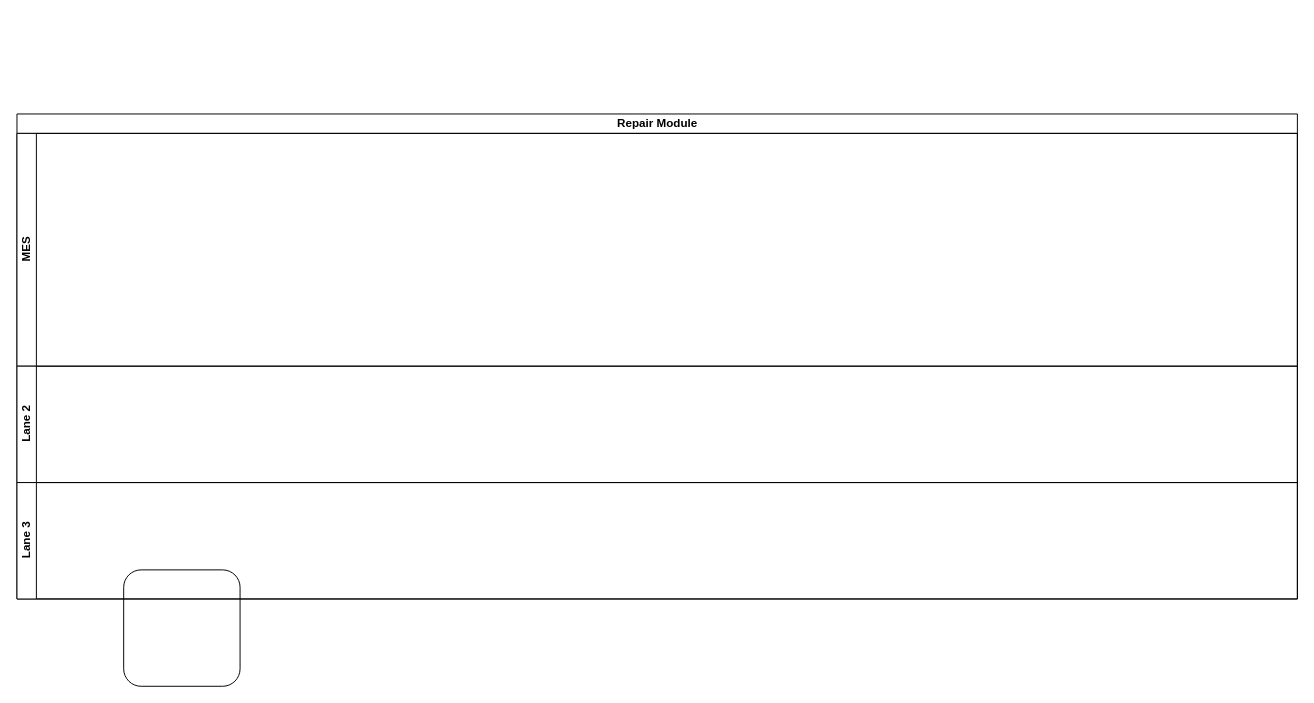
Earlier version of the draw.io diagram MES Flow/Repair Flow.drawio (vinceliao99/MyDiagrams). Source tidied: cells renumbered, new cells numbered last; positions are measured from the earlier drawing's top-left corner, leaving out a move shared by most shapes. Both pictures are drawn from the tidied source at 97%, with x=0, y=0 at pixel (16, 113).
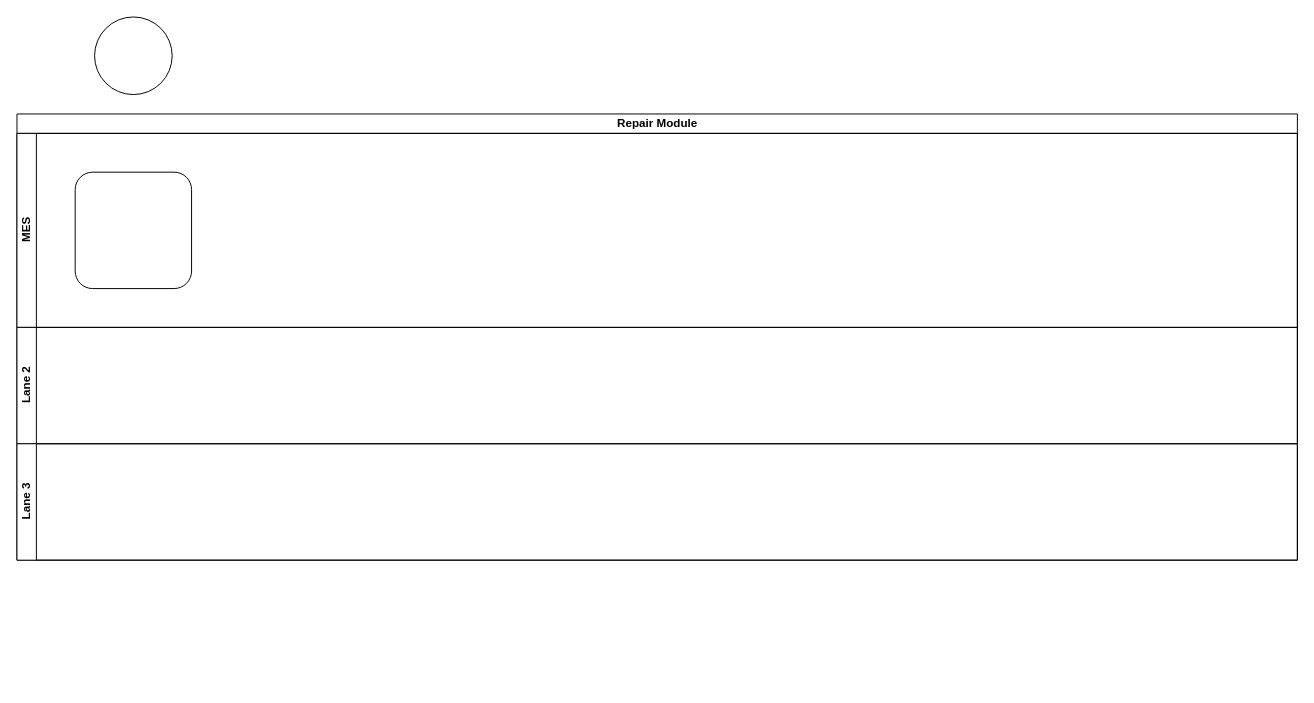
The same page after the edit.

The edit, as a diff of the source:
```diff
@@
 <mxGraphModel>
   <root>
     <mxCell id="0" />
     <mxCell id="1" parent="0" />
-    <mxCell id="2" style="rounded=1;whiteSpace=wrap;html=1;" parent="1" vertex="1">
-      <mxGeometry x="110" y="470" width="120" height="120" as="geometry" />
-    </mxCell>
     <mxCell id="3" value="Repair Module" style="swimlane;horizontal=1;startSize=20;html=1;" parent="1" vertex="1">
-      <mxGeometry width="1320" height="500" as="geometry" />
+      <mxGeometry width="1320" height="460" as="geometry" />
     </mxCell>
     <mxCell id="4" value="MES" style="swimlane;startSize=20;horizontal=0;html=1;" parent="3" vertex="1">
-      <mxGeometry y="20" width="1320" height="240" as="geometry" />
+      <mxGeometry y="20" width="1320" height="200" as="geometry" />
     </mxCell>
+    <mxCell id="2" style="rounded=1;whiteSpace=wrap;html=1;" parent="4" vertex="1">
+      <mxGeometry x="60" y="40" width="120" height="120" as="geometry" />
+    </mxCell>
     <mxCell id="5" value="Lane 2" style="swimlane;startSize=20;horizontal=0;html=1;" parent="3" vertex="1">
-      <mxGeometry y="260" width="1320" height="120" as="geometry" />
+      <mxGeometry y="220" width="1320" height="120" as="geometry" />
     </mxCell>
     <mxCell id="6" value="Lane 3" style="swimlane;startSize=20;horizontal=0;html=1;" parent="3" vertex="1">
-      <mxGeometry y="380" width="1320" height="120" as="geometry" />
+      <mxGeometry y="340" width="1320" height="120" as="geometry" />
     </mxCell>
+    <mxCell id="7" style="ellipse;whiteSpace=wrap;html=1;" parent="1" vertex="1">
+      <mxGeometry x="80" y="-100" width="80" height="80" as="geometry" />
+    </mxCell>
   </root>
 </mxGraphModel>
```
